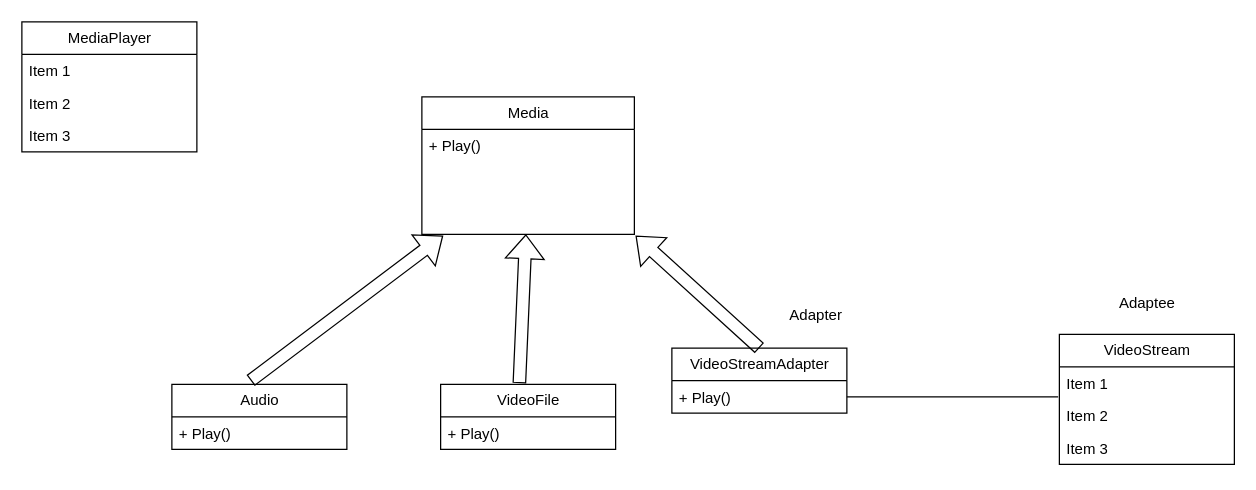
santolp/oo2 keeps this draw.io diagram as Untitled Diagram.drawio. Above is the earlier version. Source tidied: cells renumbered, new cells numbered last; positions are measured from the earlier drawing's top-left corner, leaving out a move shared by most shapes. Both pictures are drawn from the tidied source at 125%, with x=0, y=0 at pixel (21, 21).
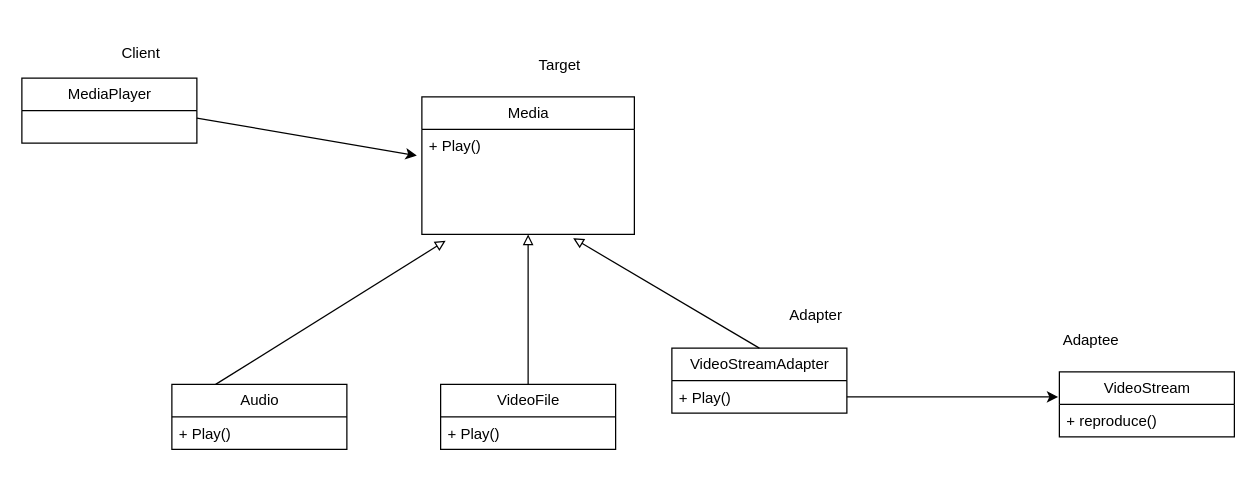
After the change.

The change refers to these unchanged cells:
```xml
<mxCell id="7" value="+ Play()" style="text;strokeColor=none;fillColor=none;align=left;verticalAlign=top;spacingLeft=4;spacingRight=4;overflow=hidden;points=[[0,0.5],[1,0.5]];portConstraint=eastwest;whiteSpace=wrap;html=1;fontStyle=0;" parent="6" vertex="1">
  <mxGeometry y="26" width="170" height="84" as="geometry" />
</mxCell>
<mxCell id="8" value="Audio" style="swimlane;fontStyle=0;horizontal=1;startSize=26;fillColor=none;html=1;" parent="1" vertex="1">
  <mxGeometry x="120" y="290" width="140" height="52" as="geometry" />
</mxCell>
<mxCell id="10" value="VideoFile" style="swimlane;fontStyle=0;horizontal=1;startSize=26;fillColor=none;html=1;" parent="1" vertex="1">
  <mxGeometry x="335" y="290" width="140" height="52" as="geometry" />
</mxCell>
<mxCell id="12" value="VideoStreamAdapter" style="swimlane;fontStyle=0;horizontal=1;startSize=26;fillColor=none;html=1;" parent="1" vertex="1">
  <mxGeometry x="520" y="261" width="140" height="52" as="geometry" />
</mxCell>
<mxCell id="13" value="+ Play()" style="text;strokeColor=none;fillColor=none;align=left;verticalAlign=top;spacingLeft=4;spacingRight=4;overflow=hidden;points=[[0,0.5],[1,0.5]];portConstraint=eastwest;whiteSpace=wrap;html=1;fontStyle=0;" parent="12" vertex="1">
  <mxGeometry y="26" width="140" height="26" as="geometry" />
</mxCell>
```

Change to the diagram source:
```diff
@@
     <mxCell id="2" value="MediaPlayer" style="swimlane;fontStyle=0;horizontal=1;startSize=26;fillColor=none;html=1;" parent="1" vertex="1">
-      <mxGeometry width="140" height="104" as="geometry" />
+      <mxGeometry y="45" width="140" height="52" as="geometry" />
     </mxCell>
-    <mxCell id="3" value="Item 1" style="text;strokeColor=none;fillColor=none;align=left;verticalAlign=top;spacingLeft=4;spacingRight=4;overflow=hidden;whiteSpace=wrap;html=1;" parent="2" vertex="1">
-      <mxGeometry y="26" width="140" height="26" as="geometry" />
-    </mxCell>
-    <mxCell id="4" value="Item 2" style="text;strokeColor=none;fillColor=none;align=left;verticalAlign=top;spacingLeft=4;spacingRight=4;overflow=hidden;whiteSpace=wrap;html=1;" parent="2" vertex="1">
-      <mxGeometry y="52" width="140" height="26" as="geometry" />
-    </mxCell>
-    <mxCell id="5" value="Item 3" style="text;strokeColor=none;fillColor=none;align=left;verticalAlign=top;spacingLeft=4;spacingRight=4;overflow=hidden;whiteSpace=wrap;html=1;" parent="2" vertex="1">
-      <mxGeometry y="78" width="140" height="26" as="geometry" />
-    </mxCell>
@@
     <mxCell id="14" value="VideoStream" style="swimlane;fontStyle=0;horizontal=1;startSize=26;fillColor=none;html=1;" parent="1" vertex="1">
-      <mxGeometry x="830" y="250" width="140" height="104" as="geometry" />
+      <mxGeometry x="830" y="280" width="140" height="52" as="geometry" />
     </mxCell>
-    <mxCell id="15" value="Item 1" style="text;strokeColor=none;fillColor=none;align=left;verticalAlign=top;spacingLeft=4;spacingRight=4;overflow=hidden;points=[[0,0.5],[1,0.5]];portConstraint=eastwest;whiteSpace=wrap;html=1;" parent="14" vertex="1">
-      <mxGeometry y="26" width="140" height="26" as="geometry" />
-    </mxCell>
-    <mxCell id="16" value="Item 2" style="text;strokeColor=none;fillColor=none;align=left;verticalAlign=top;spacingLeft=4;spacingRight=4;overflow=hidden;whiteSpace=wrap;html=1;" parent="14" vertex="1">
-      <mxGeometry y="52" width="140" height="26" as="geometry" />
-    </mxCell>
-    <mxCell id="17" value="Item 3" style="text;strokeColor=none;fillColor=none;align=left;verticalAlign=top;spacingLeft=4;spacingRight=4;overflow=hidden;whiteSpace=wrap;html=1;" parent="14" vertex="1">
-      <mxGeometry y="78" width="140" height="26" as="geometry" />
+    <mxCell id="17" value="+ reproduce()" style="text;strokeColor=none;fillColor=none;align=left;verticalAlign=top;spacingLeft=4;spacingRight=4;overflow=hidden;whiteSpace=wrap;html=1;" parent="14" vertex="1">
+      <mxGeometry y="26" width="140" height="26" as="geometry" />
     </mxCell>
+    <mxCell id="21" style="endArrow=classic;html=1;rounded=0;entryX=-0.007;entryY=0.923;entryDx=0;entryDy=0;entryPerimeter=0;endFill=1;" parent="1" edge="1" source="13">
+      <mxGeometry relative="1" as="geometry">
+        <mxPoint x="829" y="300" as="targetPoint" />
+      </mxGeometry>
+    </mxCell>
+    <mxCell id="22" value="Adapter" style="text;html=1;align=center;verticalAlign=middle;strokeColor=none;fillColor=none;" parent="1" vertex="1">
+      <mxGeometry x="600" y="220" width="70" height="30" as="geometry" />
+    </mxCell>
+    <mxCell id="23" value="Adaptee" style="text;html=1;align=center;verticalAlign=middle;strokeColor=none;fillColor=none;" parent="1" vertex="1">
+      <mxGeometry x="820" y="240" width="70" height="30" as="geometry" />
+    </mxCell>
+    <mxCell id="24" style="endArrow=classic;html=1;rounded=0;entryX=-0.024;entryY=0.25;entryDx=0;entryDy=0;entryPerimeter=0;" parent="1" edge="1" target="7">
+      <mxGeometry relative="1" as="geometry">
+        <mxPoint x="140" y="77" as="sourcePoint" />
+      </mxGeometry>
+    </mxCell>
+    <mxCell id="25" value="Client" style="text;html=1;align=center;verticalAlign=middle;strokeColor=none;fillColor=none;" parent="1" vertex="1">
+      <mxGeometry x="70" y="10" width="50" height="30" as="geometry" />
+    </mxCell>
+    <mxCell id="26" value="Target" style="text;html=1;align=center;verticalAlign=middle;strokeColor=none;fillColor=none;" parent="1" vertex="1">
+      <mxGeometry x="400" y="20" width="60" height="30" as="geometry" />
+    </mxCell>
-    <mxCell id="18" style="shape=flexArrow;endArrow=classic;html=1;rounded=0;entryX=0.1;entryY=1.012;entryDx=0;entryDy=0;entryPerimeter=0;exitX=0.45;exitY=-0.058;exitDx=0;exitDy=0;exitPerimeter=0;" parent="1" edge="1" source="8" target="7">
+    <mxCell id="18" style="endArrow=block;html=1;rounded=0;entryX=0.112;entryY=1.06;entryDx=0;entryDy=0;entryPerimeter=0;exitX=0.25;exitY=0;exitDx=0;exitDy=0;endFill=0;" parent="1" edge="1" source="8" target="7">
       <mxGeometry relative="1" as="geometry" />
     </mxCell>
-    <mxCell id="19" style="shape=flexArrow;endArrow=classic;html=1;rounded=0;exitX=0.45;exitY=-0.019;exitDx=0;exitDy=0;exitPerimeter=0;" parent="1" edge="1" source="10" target="7">
+    <mxCell id="19" style="endArrow=block;html=1;rounded=0;exitX=0.5;exitY=0;exitDx=0;exitDy=0;endFill=0;" parent="1" edge="1" source="10" target="7">
       <mxGeometry relative="1" as="geometry" />
     </mxCell>
-    <mxCell id="20" style="shape=flexArrow;endArrow=classic;html=1;rounded=0;exitX=0.5;exitY=0;exitDx=0;exitDy=0;entryX=1.006;entryY=1.012;entryDx=0;entryDy=0;entryPerimeter=0;" parent="1" edge="1" source="12" target="7">
+    <mxCell id="20" style="endArrow=block;html=1;rounded=0;exitX=0.5;exitY=0;exitDx=0;exitDy=0;endFill=0;entryX=0.712;entryY=1.036;entryDx=0;entryDy=0;entryPerimeter=0;" parent="1" edge="1" source="12" target="7">
       <mxGeometry relative="1" as="geometry" />
     </mxCell>
-    <mxCell id="21" style="endArrow=none;html=1;rounded=0;entryX=-0.007;entryY=0.923;entryDx=0;entryDy=0;entryPerimeter=0;" parent="1" edge="1" source="13" target="15">
-      <mxGeometry relative="1" as="geometry" />
-    </mxCell>
-    <mxCell id="22" value="Adapter" style="text;html=1;align=center;verticalAlign=middle;strokeColor=none;fillColor=none;" parent="1" vertex="1">
-      <mxGeometry x="600" y="220" width="70" height="30" as="geometry" />
-    </mxCell>
-    <mxCell id="23" value="Adaptee" style="text;html=1;align=center;verticalAlign=middle;strokeColor=none;fillColor=none;" parent="1" vertex="1">
-      <mxGeometry x="865" y="210" width="70" height="30" as="geometry" />
-    </mxCell>
```
